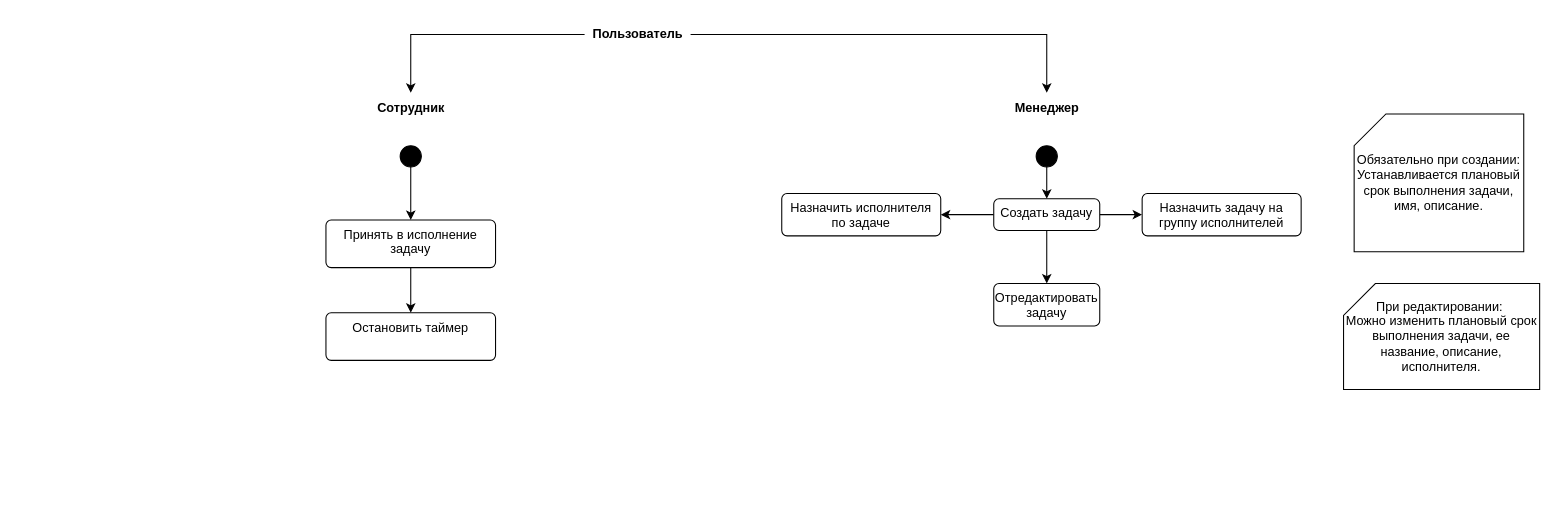
hard-gainer/diploma keeps this draw.io diagram as StateMachineDia.drawio. Above is the earlier version. Source tidied: cells renumbered, new cells numbered last; positions are measured from the earlier drawing's top-left corner, leaving out a move shared by most shapes. Both pictures are drawn from the tidied source at 106%, with x=0, y=0 at pixel (325, 18).
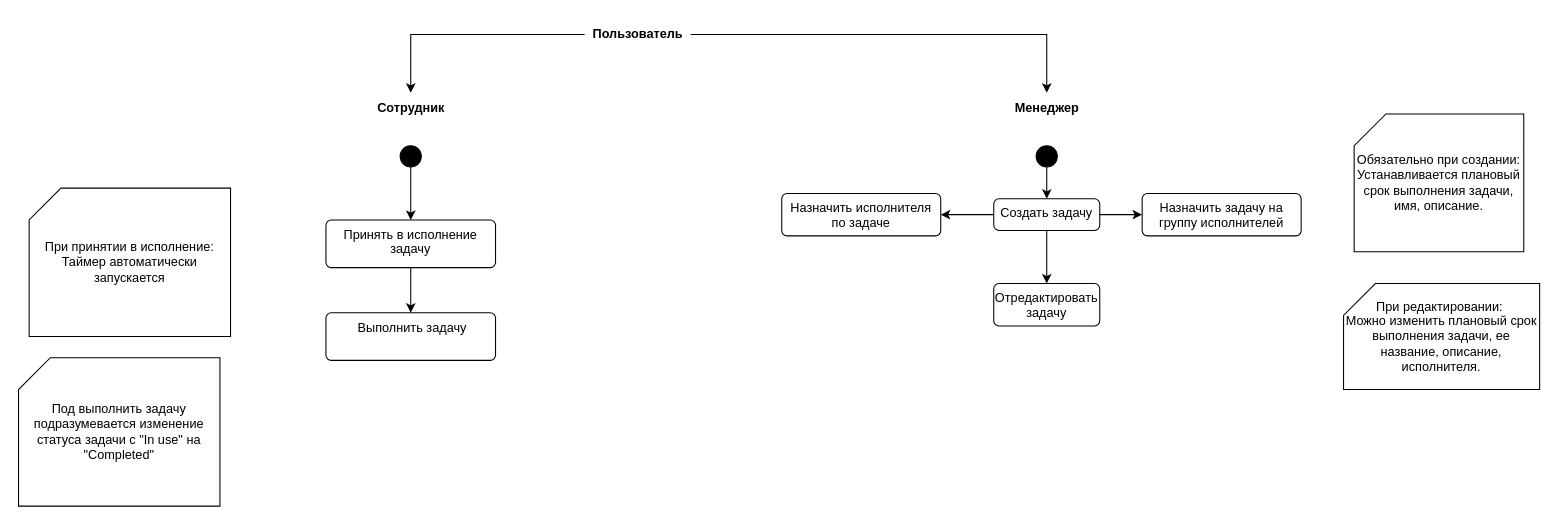
Above is the later version.

The edit, as a diff of the source:
```diff
@@
-    <mxCell id="22" value="Остановить таймер" style="html=1;align=center;verticalAlign=top;rounded=1;absoluteArcSize=1;arcSize=10;dashed=0;whiteSpace=wrap;" parent="1" vertex="1">
+    <mxCell id="22" value="&amp;nbsp;Выполнить задачу" style="html=1;align=center;verticalAlign=top;rounded=1;absoluteArcSize=1;arcSize=10;dashed=0;whiteSpace=wrap;" parent="1" vertex="1">
       <mxGeometry y="277.5" width="160" height="45" as="geometry" />
     </mxCell>
+    <mxCell id="23" value="При принятии в исполнение:&lt;div&gt;Таймер автоматически запускается&lt;/div&gt;" style="shape=card;whiteSpace=wrap;html=1;" parent="1" vertex="1">
+      <mxGeometry x="-280" y="160" width="190" height="140" as="geometry" />
+    </mxCell>
+    <mxCell id="24" value="Под выполнить задачу подразумевается изменение статуса задачи с &quot;In use&quot; на &quot;Completed&quot;" style="shape=card;whiteSpace=wrap;html=1;" parent="1" vertex="1">
+      <mxGeometry x="-290" y="320" width="190" height="140" as="geometry" />
+    </mxCell>
```
